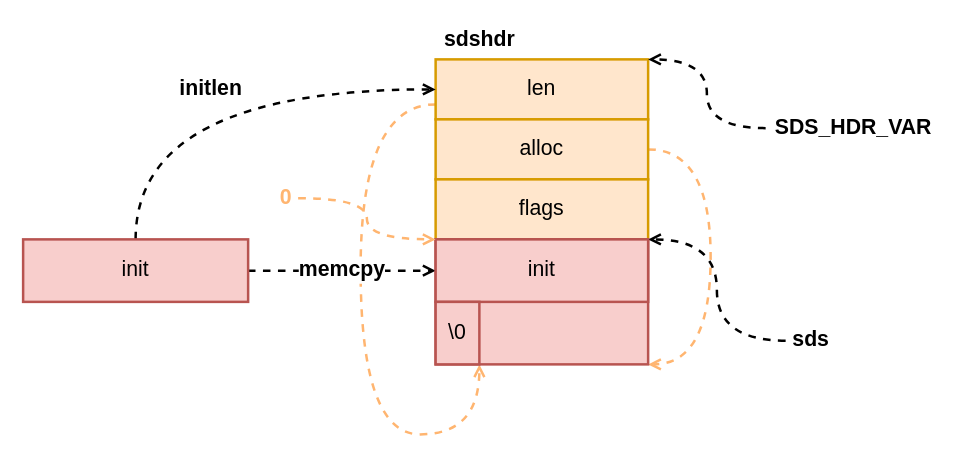
Before: page "sdsnewlen" (1 of 3) of redis/sds.drawio in dovics/draw.io, a draw.io diagram. Source tidied: cells renumbered, new cells numbered last; positions are measured from the earlier drawing's top-left corner, leaving out a move shared by most shapes. Both pictures are drawn from the tidied source at 125%, with x=0, y=0 at pixel (22, 21).
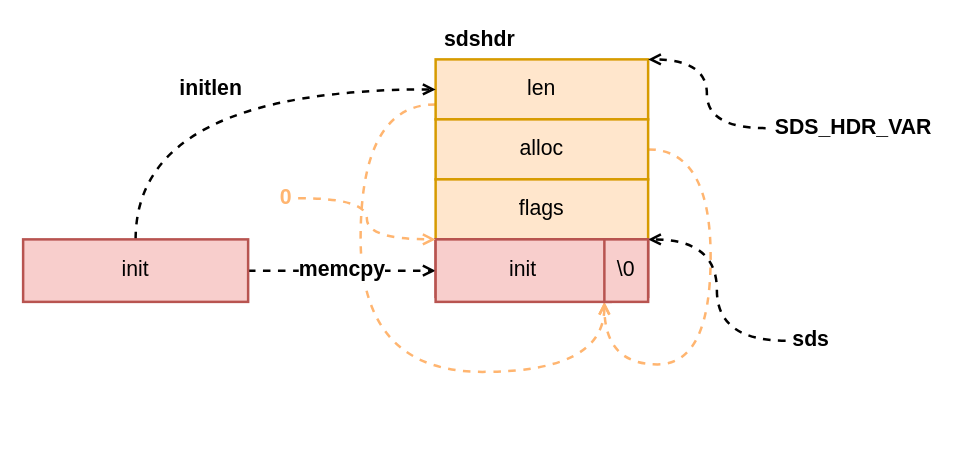
Above is the later version.

Unchanged cells that the change refers to:
```xml
<mxCell id="3" value="len" style="rounded=0;whiteSpace=wrap;html=1;strokeWidth=2;fontSize=17;fillColor=#ffe6cc;strokeColor=#d79b00;" parent="1" vertex="1">
  <mxGeometry x="330" y="30" width="170" height="48" as="geometry" />
</mxCell>
<mxCell id="5" value="alloc" style="rounded=0;whiteSpace=wrap;html=1;strokeWidth=2;fontSize=17;fillColor=#ffe6cc;strokeColor=#d79b00;" parent="1" vertex="1">
  <mxGeometry x="330" y="78" width="170" height="48" as="geometry" />
</mxCell>
```

Change to the diagram source:
```diff
@@
-    <mxCell id="2" style="edgeStyle=orthogonalEdgeStyle;curved=1;rounded=0;jettySize=auto;html=1;exitX=0;exitY=0.75;exitDx=0;exitDy=0;entryX=1;entryY=1;entryDx=0;entryDy=0;dashed=1;fontSize=17;endArrow=open;endFill=0;strokeWidth=2;strokeColor=#FFB570;" parent="1" edge="1" source="3" target="14">
+    <mxCell id="2" style="edgeStyle=orthogonalEdgeStyle;curved=1;rounded=0;jettySize=auto;html=1;exitX=0;exitY=0.75;exitDx=0;exitDy=0;dashed=1;fontSize=17;endArrow=open;endFill=0;strokeWidth=2;strokeColor=#FFB570;entryX=0;entryY=1;entryDx=0;entryDy=0;" parent="1" edge="1" source="3" target="14">
       <mxGeometry relative="1" as="geometry">
         <Array as="points">
           <mxPoint x="270" y="66" />
-          <mxPoint x="270" y="330" />
-          <mxPoint x="365" y="330" />
+          <mxPoint x="270" y="280" />
+          <mxPoint x="465" y="280" />
         </Array>
       </mxGeometry>
     </mxCell>
@@
-    <mxCell id="4" style="edgeStyle=orthogonalEdgeStyle;curved=1;rounded=0;jettySize=auto;html=1;exitX=1;exitY=0.5;exitDx=0;exitDy=0;dashed=1;fontSize=17;endArrow=open;endFill=0;strokeWidth=2;entryX=1;entryY=1;entryDx=0;entryDy=0;strokeColor=#FFB570;" parent="1" edge="1" source="5" target="7">
+    <mxCell id="4" style="edgeStyle=orthogonalEdgeStyle;curved=1;rounded=0;jettySize=auto;html=1;exitX=1;exitY=0.5;exitDx=0;exitDy=0;dashed=1;fontSize=17;endArrow=open;endFill=0;strokeWidth=2;entryX=0;entryY=1;entryDx=0;entryDy=0;strokeColor=#FFB570;" parent="1" edge="1" source="5" target="14">
       <mxGeometry relative="1" as="geometry">
         <Array as="points">
           <mxPoint x="550" y="102" />
           <mxPoint x="550" y="274" />
+          <mxPoint x="465" y="274" />
         </Array>
       </mxGeometry>
     </mxCell>
@@
     <mxCell id="7" style="rounded=0;whiteSpace=wrap;html=1;strokeWidth=2;fontSize=17;fillColor=#f8cecc;strokeColor=#b85450;" parent="1" vertex="1">
-      <mxGeometry x="330" y="174" width="170" height="100" as="geometry" />
+      <mxGeometry x="330" y="174" width="170" height="46" as="geometry" />
     </mxCell>
@@
     <mxCell id="13" value="init" style="rounded=0;whiteSpace=wrap;html=1;strokeWidth=2;fontSize=17;fillColor=#f8cecc;strokeColor=#b85450;" parent="1" vertex="1">
-      <mxGeometry x="330" y="174" width="170" height="50" as="geometry" />
+      <mxGeometry x="330" y="174" width="140" height="50" as="geometry" />
     </mxCell>
     <mxCell id="14" value="\0" style="rounded=0;whiteSpace=wrap;html=1;strokeWidth=2;fontSize=17;fillColor=#f8cecc;strokeColor=#b85450;" parent="1" vertex="1">
-      <mxGeometry x="330" y="224" width="35" height="50" as="geometry" />
+      <mxGeometry x="465" y="174" width="35" height="50" as="geometry" />
     </mxCell>
```
